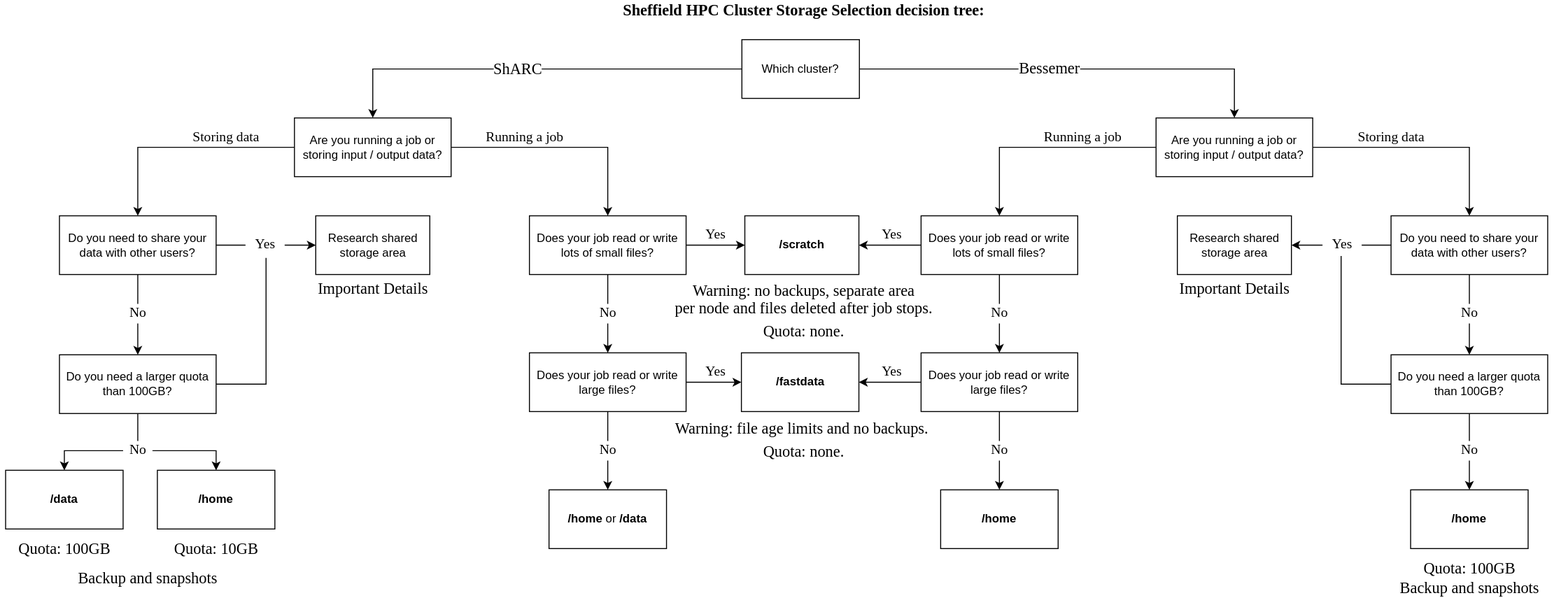
The draw.io diagram images/Sheffield-HPC-Cluster-Storage-Selection-decision-tree.drawio.svg in willfurnass/sheffield_hpc, before a commit. Source tidied: cells renumbered, new cells last; positions are measured from the earlier drawing's top-left corner, leaving out a move shared by most shapes.
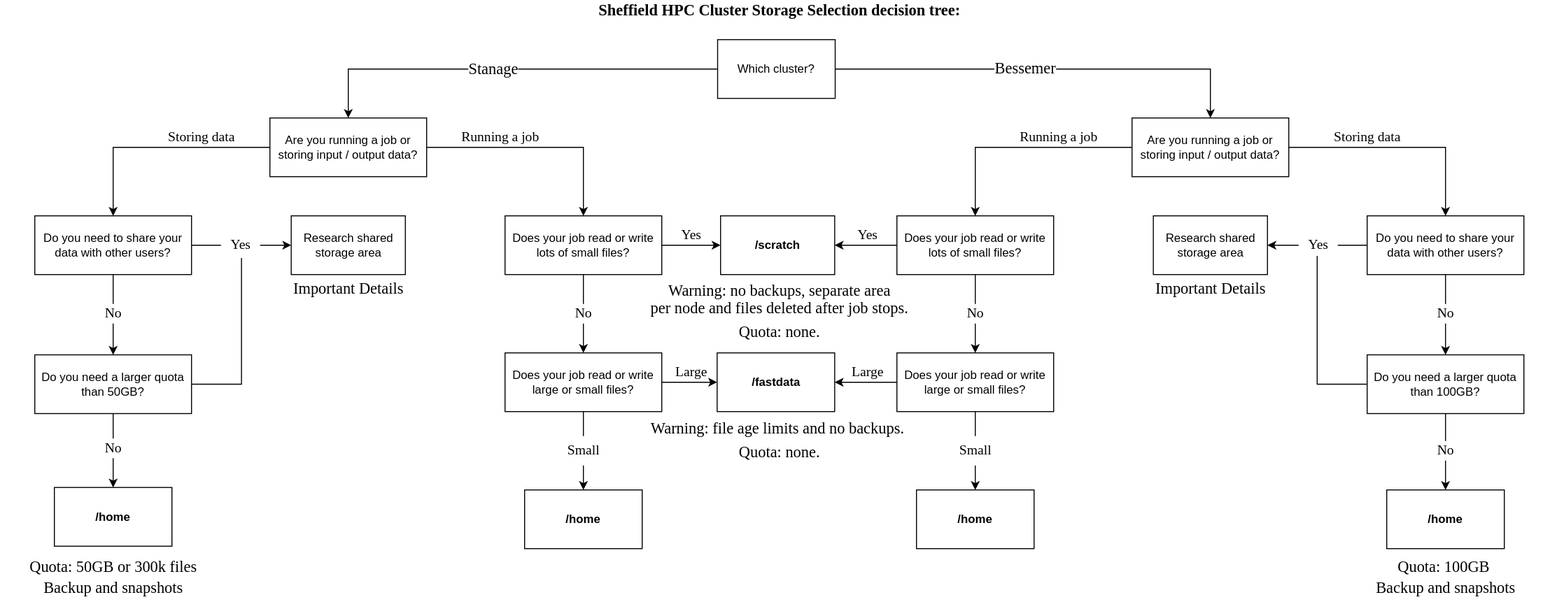
Above is the later version.

Commit message:
Update decision tree (#2088)

The edit, as a diff of the source:
```diff
@@ -5,7 +5,7 @@
     <mxCell id="2" style="rounded=0;jettySize=auto;html=1;exitX=0;exitY=0.5;exitDx=0;exitDy=0;entryX=0.5;entryY=0;entryDx=0;entryDy=0;fontFamily=Verdana;fontSize=16;edgeStyle=orthogonalEdgeStyle;" parent="1" edge="1" source="6" target="26">
       <mxGeometry relative="1" as="geometry" />
     </mxCell>
-    <mxCell id="3" value="ShARC" style="edgeLabel;html=1;align=center;verticalAlign=middle;fontSize=16;fontFamily=Verdana;" parent="2" vertex="1">
+    <mxCell id="3" value="Stanage" style="edgeLabel;html=1;align=center;verticalAlign=middle;fontSize=16;fontFamily=Verdana;" parent="2" vertex="1">
       <mxGeometry x="0.08" y="-1" relative="1" as="geometry" />
     </mxCell>
     <mxCell id="4" style="edgeStyle=orthogonalEdgeStyle;rounded=0;jettySize=auto;html=1;exitX=1;exitY=0.5;exitDx=0;exitDy=0;entryX=0.5;entryY=0;entryDx=0;entryDy=0;fontFamily=Verdana;fontSize=16;" parent="1" edge="1" source="6" target="29">
@@ -47,7 +47,7 @@
     <mxCell id="16" style="edgeStyle=orthogonalEdgeStyle;rounded=0;jettySize=auto;html=1;fontFamily=Verdana;fontSize=14;startArrow=none;" parent="1" edge="1" source="45" target="43">
       <mxGeometry relative="1" as="geometry" />
     </mxCell>
-    <mxCell id="17" value="Does your job read or write large files?" style="rounded=0;whiteSpace=wrap;html=1;" parent="1" vertex="1">
+    <mxCell id="17" value="Does your job read or write large or small files?" style="rounded=0;whiteSpace=wrap;html=1;" parent="1" vertex="1">
       <mxGeometry x="540" y="360" width="160" height="60" as="geometry" />
     </mxCell>
     <mxCell id="18" style="edgeStyle=orthogonalEdgeStyle;rounded=0;jettySize=auto;html=1;fontFamily=Verdana;fontSize=16;" parent="1" edge="1" source="20" target="21">
@@ -56,7 +56,7 @@
     <mxCell id="19" style="edgeStyle=orthogonalEdgeStyle;rounded=0;jettySize=auto;html=1;fontFamily=Verdana;fontSize=14;startArrow=none;" parent="1" edge="1" source="47" target="44">
       <mxGeometry relative="1" as="geometry" />
     </mxCell>
-    <mxCell id="20" value="Does your job read or write large files?" style="rounded=0;whiteSpace=wrap;html=1;" parent="1" vertex="1">
+    <mxCell id="20" value="Does your job read or write large or small files?" style="rounded=0;whiteSpace=wrap;html=1;" parent="1" vertex="1">
       <mxGeometry x="940" y="360" width="160" height="60" as="geometry" />
     </mxCell>
     <mxCell id="21" value="&lt;b&gt;/fastdata&lt;/b&gt;" style="rounded=0;whiteSpace=wrap;html=1;" parent="1" vertex="1">
@@ -98,11 +98,11 @@
     <mxCell id="33" value="Yes" style="text;html=1;align=center;verticalAlign=middle;strokeColor=none;fillColor=none;fontSize=14;fontFamily=Verdana;" parent="1" vertex="1">
       <mxGeometry x="890" y="230" width="40" height="20" as="geometry" />
     </mxCell>
-    <mxCell id="34" value="Yes" style="text;html=1;align=center;verticalAlign=middle;strokeColor=none;fillColor=none;fontSize=14;fontFamily=Verdana;" parent="1" vertex="1">
-      <mxGeometry x="710" y="370" width="40" height="20" as="geometry" />
+    <mxCell id="34" value="Large" style="text;html=1;align=center;verticalAlign=middle;strokeColor=none;fillColor=none;fontSize=14;fontFamily=Verdana;" parent="1" vertex="1">
+      <mxGeometry x="700" y="365" width="60" height="30" as="geometry" />
     </mxCell>
-    <mxCell id="35" value="Yes" style="text;html=1;align=center;verticalAlign=middle;strokeColor=none;fillColor=none;fontSize=14;fontFamily=Verdana;" parent="1" vertex="1">
-      <mxGeometry x="890" y="370" width="40" height="20" as="geometry" />
+    <mxCell id="35" value="Large" style="text;html=1;align=center;verticalAlign=middle;strokeColor=none;fillColor=none;fontSize=14;fontFamily=Verdana;" parent="1" vertex="1">
+      <mxGeometry x="880" y="365" width="60" height="30" as="geometry" />
     </mxCell>
     <mxCell id="36" value="No" style="text;html=1;align=center;verticalAlign=middle;points=[];strokeColor=none;fillColor=none;fontSize=14;fontFamily=Verdana;" parent="1" vertex="1">
       <mxGeometry x="605" y="310" width="30" height="20" as="geometry" />
@@ -125,20 +125,20 @@
     <mxCell id="42" value="Storing data" style="text;html=1;align=center;verticalAlign=middle;strokeColor=none;fillColor=none;fontSize=14;fontFamily=Verdana;" parent="1" vertex="1">
       <mxGeometry x="180" y="130" width="100" height="20" as="geometry" />
     </mxCell>
-    <mxCell id="43" value="&lt;b&gt;/home &lt;/b&gt;or &lt;b&gt;/data&lt;/b&gt;&lt;br&gt;&lt;b&gt;&lt;/b&gt;" style="rounded=0;whiteSpace=wrap;html=1;" parent="1" vertex="1">
+    <mxCell id="43" value="&lt;b&gt;/home&lt;/b&gt;&lt;br&gt;&lt;b&gt;&lt;/b&gt;" style="rounded=0;whiteSpace=wrap;html=1;" parent="1" vertex="1">
       <mxGeometry x="560" y="500" width="120" height="60" as="geometry" />
     </mxCell>
     <mxCell id="44" value="&lt;b&gt;/home&lt;/b&gt;" style="rounded=0;whiteSpace=wrap;html=1;" parent="1" vertex="1">
       <mxGeometry x="960" y="500" width="120" height="60" as="geometry" />
     </mxCell>
-    <mxCell id="45" value="No" style="text;html=1;align=center;verticalAlign=middle;points=[];strokeColor=none;fillColor=none;fontSize=14;fontFamily=Verdana;" parent="1" vertex="1">
-      <mxGeometry x="605" y="450" width="30" height="20" as="geometry" />
+    <mxCell id="45" value="Small" style="text;html=1;align=center;verticalAlign=middle;points=[];strokeColor=none;fillColor=none;fontSize=14;fontFamily=Verdana;" parent="1" vertex="1">
+      <mxGeometry x="590" y="445" width="60" height="30" as="geometry" />
     </mxCell>
     <mxCell id="46" style="edgeStyle=orthogonalEdgeStyle;rounded=0;jettySize=auto;html=1;fontFamily=Verdana;fontSize=14;endArrow=none;" parent="1" edge="1" source="17" target="45">
       <mxGeometry relative="1" as="geometry" />
     </mxCell>
-    <mxCell id="47" value="No" style="text;html=1;align=center;verticalAlign=middle;points=[];strokeColor=none;fillColor=none;fontSize=14;fontFamily=Verdana;" parent="1" vertex="1">
-      <mxGeometry x="1005" y="450" width="30" height="20" as="geometry" />
+    <mxCell id="47" value="Small" style="text;html=1;align=center;verticalAlign=middle;points=[];strokeColor=none;fillColor=none;fontSize=14;fontFamily=Verdana;" parent="1" vertex="1">
+      <mxGeometry x="990" y="445" width="60" height="30" as="geometry" />
     </mxCell>
     <mxCell id="48" style="edgeStyle=orthogonalEdgeStyle;rounded=0;jettySize=auto;html=1;fontFamily=Verdana;fontSize=14;endArrow=none;" parent="1" edge="1" source="20" target="47">
       <mxGeometry relative="1" as="geometry" />
@@ -146,12 +146,6 @@
     <mxCell id="49" value="Research shared storage area" style="rounded=0;whiteSpace=wrap;html=1;" parent="1" vertex="1">
       <mxGeometry x="321.8" y="220" width="116.5" height="60" as="geometry" />
     </mxCell>
-    <mxCell id="50" value="&lt;b&gt;/home&lt;/b&gt;" style="rounded=0;whiteSpace=wrap;html=1;" parent="1" vertex="1">
-      <mxGeometry x="160" y="480" width="120" height="60" as="geometry" />
-    </mxCell>
-    <mxCell id="51" value="&lt;b&gt;/data&lt;/b&gt;" style="rounded=0;whiteSpace=wrap;html=1;" parent="1" vertex="1">
-      <mxGeometry x="5" y="480" width="120" height="60" as="geometry" />
-    </mxCell>
     <mxCell id="52" value="&lt;b&gt;/home&lt;/b&gt;" style="rounded=0;whiteSpace=wrap;html=1;" parent="1" vertex="1">
       <mxGeometry x="1440" y="500" width="120" height="60" as="geometry" />
     </mxCell>
@@ -197,18 +191,9 @@
     <mxCell id="66" style="edgeStyle=orthogonalEdgeStyle;rounded=0;jettySize=auto;html=1;fontFamily=Verdana;fontSize=14;endArrow=none;" parent="1" edge="1" source="59" target="65">
       <mxGeometry relative="1" as="geometry" />
     </mxCell>
-    <mxCell id="67" value="&lt;a href=&quot;https://docs.hpc.shef.ac.uk/en/latest/hpc/filestore.html#home-directories&quot;&gt;Quota: 10GB&lt;/a&gt;" style="text;html=1;align=center;verticalAlign=middle;strokeColor=none;fillColor=none;fontSize=16;fontFamily=Verdana;" parent="1" vertex="1">
-      <mxGeometry x="160" y="550" width="120" height="20" as="geometry" />
-    </mxCell>
-    <mxCell id="68" value="&lt;a href=&quot;https://docs.hpc.shef.ac.uk/en/latest/hpc/filestore.html#data-directories&quot;&gt;Quota: 100GB&lt;/a&gt;" style="text;html=1;align=center;verticalAlign=middle;strokeColor=none;fillColor=none;fontSize=16;fontFamily=Verdana;" parent="1" vertex="1">
-      <mxGeometry y="550" width="130" height="20" as="geometry" />
-    </mxCell>
-    <mxCell id="69" value="&lt;a href=&quot;https://docs.hpc.shef.ac.uk/en/latest/hpc/filestore.html#home-directories&quot;&gt;Quota: 100GB&lt;/a&gt;" style="text;html=1;align=center;verticalAlign=middle;strokeColor=none;fillColor=none;fontSize=16;fontFamily=Verdana;" parent="1" vertex="1">
-      <mxGeometry x="1435" y="570" width="130" height="20" as="geometry" />
+    <mxCell id="69" value="&lt;a href=&quot;https://docs.hpc.shef.ac.uk/en/latest/hpc/filestore.html#home-directories&quot;&gt;Quota: 50GB or 300k files&lt;/a&gt;" style="text;html=1;align=center;verticalAlign=middle;strokeColor=none;fillColor=none;fontSize=16;fontFamily=Verdana;" parent="1" vertex="1">
+      <mxGeometry x="25" y="562.5" width="230" height="30" as="geometry" />
     </mxCell>
-    <mxCell id="70" value="&lt;a href=&quot;https://docs.hpc.shef.ac.uk/en/latest/hpc/filestore.html#home-directories&quot;&gt;Backup and snapshots&lt;/a&gt;" style="text;html=1;align=center;verticalAlign=middle;strokeColor=none;fillColor=none;fontSize=16;fontFamily=Verdana;" parent="1" vertex="1">
-      <mxGeometry x="50" y="580" width="200" height="20" as="geometry" />
-    </mxCell>
     <mxCell id="71" value="&lt;a href=&quot;https://docs.hpc.shef.ac.uk/en/latest/hpc/filestore.html#home-directories&quot;&gt;Backup and snapshots&lt;/a&gt;" style="text;html=1;align=center;verticalAlign=middle;strokeColor=none;fillColor=none;fontSize=16;fontFamily=Verdana;" parent="1" vertex="1">
       <mxGeometry x="1400" y="590" width="200" height="20" as="geometry" />
     </mxCell>
@@ -227,25 +212,15 @@
     <mxCell id="76" value="&lt;a href=&quot;https://docs.hpc.shef.ac.uk/en/latest/hpc/filestore.html#scratch-directories&quot;&gt;per node and files deleted after job stops.&lt;/a&gt;" style="text;html=1;align=center;verticalAlign=middle;strokeColor=none;fillColor=none;fontSize=16;fontFamily=Verdana;" parent="1" vertex="1">
       <mxGeometry x="644.5" y="304" width="350" height="20" as="geometry" />
     </mxCell>
+    <mxCell id="78" style="edgeStyle=orthogonalEdgeStyle;rounded=0;jettySize=auto;html=1;exitX=1;exitY=0.5;exitDx=0;exitDy=0;entryX=0.525;entryY=1.15;entryDx=0;entryDy=0;entryPerimeter=0;endArrow=none;endFill=0;" parent="1" edge="1" source="79" target="56">
+      <mxGeometry relative="1" as="geometry" />
+    </mxCell>
-    <mxCell id="77" style="edgeStyle=orthogonalEdgeStyle;rounded=0;jettySize=auto;html=1;endArrow=none;endFill=0;" parent="1" edge="1" source="79" target="81">
+    <mxCell id="77" style="edgeStyle=orthogonalEdgeStyle;rounded=0;jettySize=auto;html=1;exitX=0.5;exitY=1;exitDx=0;exitDy=0;endArrow=none;endFill=0;" parent="1" edge="1" source="79" target="81">
       <mxGeometry relative="1" as="geometry" />
     </mxCell>
-    <mxCell id="78" style="edgeStyle=orthogonalEdgeStyle;rounded=0;jettySize=auto;html=1;exitX=1;exitY=0.5;exitDx=0;exitDy=0;entryX=0.525;entryY=1.15;entryDx=0;entryDy=0;entryPerimeter=0;endArrow=none;endFill=0;" parent="1" edge="1" source="79" target="56">
-      <mxGeometry relative="1" as="geometry" />
-    </mxCell>
-    <mxCell id="79" value="Do you need a larger quota than 100GB?" style="rounded=0;whiteSpace=wrap;html=1;spacing=8;" parent="1" vertex="1">
+    <mxCell id="79" value="Do you need a larger quota than 50GB?" style="rounded=0;whiteSpace=wrap;html=1;spacing=8;" parent="1" vertex="1">
       <mxGeometry x="60" y="362" width="160" height="60" as="geometry" />
     </mxCell>
-    <mxCell id="80" style="edgeStyle=orthogonalEdgeStyle;rounded=0;jettySize=auto;html=1;exitX=0;exitY=0.5;exitDx=0;exitDy=0;exitPerimeter=0;" parent="1" edge="1" source="81" target="51">
-      <mxGeometry relative="1" as="geometry">
-        <Array as="points">
-          <mxPoint x="65" y="460" />
-        </Array>
-      </mxGeometry>
-    </mxCell>
-    <mxCell id="81" value="No" style="text;html=1;align=center;verticalAlign=middle;points=[];strokeColor=none;fillColor=none;fontSize=14;fontFamily=Verdana;" parent="1" vertex="1">
-      <mxGeometry x="125" y="450" width="30" height="20" as="geometry" />
-    </mxCell>
     <mxCell id="82" style="edgeStyle=orthogonalEdgeStyle;rounded=0;jettySize=auto;html=1;endArrow=none;endFill=0;" parent="1" edge="1" source="84" target="86">
       <mxGeometry relative="1" as="geometry" />
     </mxCell>
@@ -263,12 +238,22 @@
     <mxCell id="86" value="No" style="text;html=1;align=center;verticalAlign=middle;points=[];strokeColor=none;fillColor=none;fontSize=14;fontFamily=Verdana;" parent="1" vertex="1">
       <mxGeometry x="1485" y="450" width="30" height="20" as="geometry" />
     </mxCell>
-    <mxCell id="87" style="rounded=0;jettySize=auto;html=1;entryX=0.5;entryY=0;entryDx=0;entryDy=0;edgeStyle=orthogonalEdgeStyle;" parent="1" edge="1" source="81" target="50">
-      <mxGeometry relative="1" as="geometry">
-        <Array as="points">
-          <mxPoint x="220" y="460" />
-        </Array>
-      </mxGeometry>
-    </mxCell>
+    <mxCell id="50" value="&lt;b&gt;/home&lt;/b&gt;" style="rounded=0;whiteSpace=wrap;html=1;" parent="1" vertex="1">
+      <mxGeometry x="80" y="497.5" width="120" height="60" as="geometry" />
+    </mxCell>
+    <mxCell id="68" value="&lt;a href=&quot;https://docs.hpc.shef.ac.uk/en/latest/hpc/filestore.html#home-directories&quot;&gt;Quota: 100GB&lt;/a&gt;&amp;nbsp;" style="text;html=1;align=center;verticalAlign=middle;strokeColor=none;fillColor=none;fontSize=16;fontFamily=Verdana;" parent="1" vertex="1">
+      <mxGeometry x="1430" y="562.5" width="140" height="30" as="geometry" />
+    </mxCell>
+    <mxCell id="70" value="&lt;a href=&quot;https://docs.hpc.shef.ac.uk/en/latest/hpc/filestore.html#home-directories&quot;&gt;Backup and snapshots&lt;/a&gt;" style="text;html=1;align=center;verticalAlign=middle;strokeColor=none;fillColor=none;fontSize=16;fontFamily=Verdana;" parent="1" vertex="1">
+      <mxGeometry x="40" y="585" width="200" height="30" as="geometry" />
+    </mxCell>
+    <mxCell id="88" style="edgeStyle=orthogonalEdgeStyle;rounded=0;jettySize=auto;html=1;endArrow=classic;endFill=1;" parent="1" edge="1" source="81">
+      <mxGeometry relative="1" as="geometry">
+        <mxPoint x="140" y="497.5" as="targetPoint" />
+      </mxGeometry>
+    </mxCell>
+    <mxCell id="81" value="No" style="text;html=1;align=center;verticalAlign=middle;points=[];strokeColor=none;fillColor=none;fontSize=14;fontFamily=Verdana;" parent="1" vertex="1">
+      <mxGeometry x="125" y="447.5" width="30" height="20" as="geometry" />
+    </mxCell>
   </root>
 </mxGraphModel>
```
